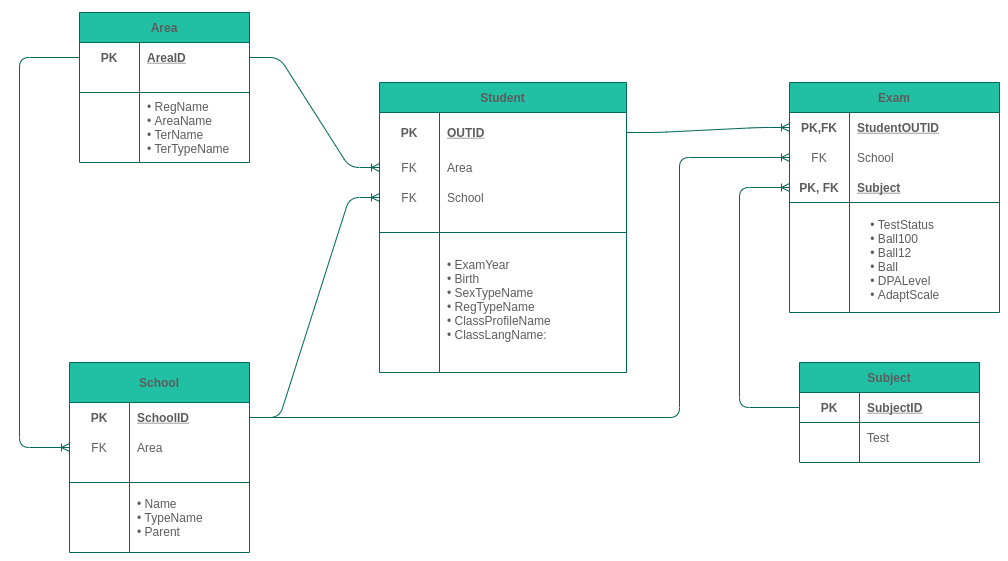
Above: diagrams/логічна_діаграма.png in Kostiancheck/db_sem6 (draw.io), before the change. Source tidied: cells renumbered, new cells last; positions are measured from the earlier drawing's top-left corner, leaving out a move shared by most shapes.
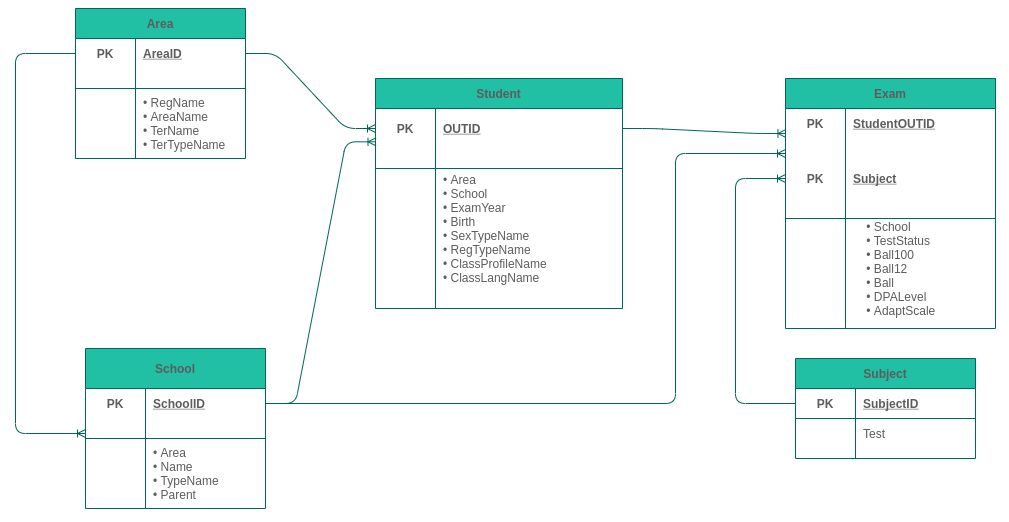
The same file after the commit.

Commit message:
lab 2: delete foreign keys from logical diagram

The edit, as a diff of the source:
```diff
@@ -2,11 +2,11 @@
   <root>
     <mxCell id="0" />
     <mxCell id="1" parent="0" />
-    <mxCell id="2" style="edgeStyle=entityRelationEdgeStyle;fontSize=12;html=1;endArrow=ERoneToMany;strokeColor=#006658;fontColor=#5C5C5C;entryX=0;entryY=0.5;entryDx=0;entryDy=0;exitX=1;exitY=0.5;exitDx=0;exitDy=0;" parent="1" edge="1" source="4" target="49">
+    <mxCell id="2" style="edgeStyle=entityRelationEdgeStyle;fontSize=12;html=1;endArrow=ERoneToMany;strokeColor=#006658;fontColor=#5C5C5C;entryX=0.002;entryY=0.833;entryDx=0;entryDy=0;exitX=1;exitY=0.5;exitDx=0;exitDy=0;entryPerimeter=0;" parent="1" edge="1" source="4" target="49">
       <mxGeometry relative="1" as="geometry" />
     </mxCell>
     <mxCell id="3" value="Student" style="shape=table;startSize=30;rowLines=0;fontStyle=1;align=center;rounded=0;sketch=0;strokeColor=#006658;fillColor=#21C0A5;fontColor=#5C5C5C;" parent="1" vertex="1">
-      <mxGeometry x="360" y="70" width="247" height="290" as="geometry" />
+      <mxGeometry x="360" y="70" width="247" height="230" as="geometry" />
     </mxCell>
     <mxCell id="4" style="shape=partialRectangle;fillColor=none;top=0;left=0;bottom=0;right=0;points=[[0,0.5],[1,0.5]];portConstraint=eastwest;strokeColor=#006658;fontColor=#5C5C5C;" parent="3" vertex="1">
       <mxGeometry y="30" width="247" height="40" as="geometry" />
@@ -17,26 +17,8 @@
     <mxCell id="6" value="OUTID" style="shape=partialRectangle;fillColor=none;top=0;left=0;bottom=0;right=0;align=left;spacingLeft=6;fontStyle=5;overflow=hidden;strokeColor=#006658;fontColor=#5C5C5C;" parent="4" vertex="1">
       <mxGeometry x="60" width="187" height="40" as="geometry" />
     </mxCell>
-    <mxCell id="7" style="shape=partialRectangle;fillColor=none;top=0;left=0;bottom=0;right=0;points=[[0,0.5],[1,0.5]];portConstraint=eastwest;strokeColor=#006658;fontColor=#5C5C5C;" parent="3" vertex="1">
-      <mxGeometry y="70" width="247" height="30" as="geometry" />
-    </mxCell>
-    <mxCell id="8" value="FK" style="shape=partialRectangle;fillColor=none;top=0;left=0;bottom=0;right=0;fontStyle=0;overflow=hidden;strokeColor=#006658;fontColor=#5C5C5C;" parent="7" vertex="1">
-      <mxGeometry width="60" height="30" as="geometry" />
-    </mxCell>
-    <mxCell id="9" value="Area" style="shape=partialRectangle;fillColor=none;top=0;left=0;bottom=0;right=0;align=left;spacingLeft=6;fontStyle=0;overflow=hidden;strokeColor=#006658;fontColor=#5C5C5C;" parent="7" vertex="1">
-      <mxGeometry x="60" width="187" height="30" as="geometry" />
-    </mxCell>
-    <mxCell id="10" style="shape=partialRectangle;fillColor=none;top=0;left=0;bottom=0;right=0;points=[[0,0.5],[1,0.5]];portConstraint=eastwest;strokeColor=#006658;fontColor=#5C5C5C;" parent="3" vertex="1">
-      <mxGeometry y="100" width="247" height="30" as="geometry" />
-    </mxCell>
-    <mxCell id="11" value="FK" style="shape=partialRectangle;fillColor=none;top=0;left=0;bottom=0;right=0;fontStyle=0;overflow=hidden;strokeColor=#006658;fontColor=#5C5C5C;" parent="10" vertex="1">
-      <mxGeometry width="60" height="30" as="geometry" />
-    </mxCell>
-    <mxCell id="12" value="School" style="shape=partialRectangle;fillColor=none;top=0;left=0;bottom=0;right=0;align=left;spacingLeft=6;fontStyle=0;overflow=hidden;strokeColor=#006658;fontColor=#5C5C5C;" parent="10" vertex="1">
-      <mxGeometry x="60" width="187" height="30" as="geometry" />
-    </mxCell>
     <mxCell id="13" style="shape=partialRectangle;fillColor=none;top=0;left=0;bottom=1;right=0;strokeColor=#006658;fontColor=#5C5C5C;" parent="3" vertex="1">
-      <mxGeometry y="130" width="247" height="20" as="geometry" />
+      <mxGeometry y="70" width="247" height="20" as="geometry" />
     </mxCell>
     <mxCell id="14" style="shape=partialRectangle;fillColor=none;top=0;left=0;bottom=0;right=0;fontStyle=1;overflow=hidden;strokeColor=#006658;fontColor=#5C5C5C;" parent="13" vertex="1">
       <mxGeometry width="60" height="20" as="geometry" />
@@ -45,16 +27,16 @@
       <mxGeometry x="60" width="187" height="20" as="geometry" />
     </mxCell>
     <mxCell id="16" style="shape=partialRectangle;fillColor=none;top=0;left=0;bottom=0;right=0;strokeColor=#006658;fontColor=#5C5C5C;" parent="3" vertex="1">
-      <mxGeometry y="150" width="247" height="120" as="geometry" />
+      <mxGeometry y="90" width="247" height="120" as="geometry" />
     </mxCell>
     <mxCell id="17" style="shape=partialRectangle;fillColor=none;top=0;left=0;bottom=0;right=0;overflow=hidden;strokeColor=#006658;fontColor=#5C5C5C;" parent="16" vertex="1">
       <mxGeometry width="60" height="120" as="geometry" />
     </mxCell>
-    <mxCell id="18" value="&#10;• ExamYear&#10;• Birth&#10;• SexTypeName&#10;• RegTypeName&#10;• ClassProfileName&#10;• ClassLangName:" style="shape=partialRectangle;fillColor=none;top=0;left=0;bottom=0;right=0;align=left;spacingLeft=6;overflow=hidden;strokeColor=#006658;fontColor=#5C5C5C;" parent="16" vertex="1">
+    <mxCell id="18" value="• Area&#10;• School&#10;• ExamYear&#10;• Birth&#10;• SexTypeName&#10;• RegTypeName&#10;• ClassProfileName&#10;• ClassLangName" style="shape=partialRectangle;fillColor=none;top=0;left=0;bottom=0;right=0;align=left;spacingLeft=6;overflow=hidden;strokeColor=#006658;fontColor=#5C5C5C;" parent="16" vertex="1">
       <mxGeometry x="60" width="187" height="120" as="geometry" />
     </mxCell>
     <mxCell id="19" style="shape=partialRectangle;fillColor=none;top=0;left=0;bottom=0;right=0;strokeColor=#006658;fontColor=#5C5C5C;" parent="3" vertex="1">
-      <mxGeometry y="270" width="247" height="20" as="geometry" />
+      <mxGeometry y="210" width="247" height="20" as="geometry" />
     </mxCell>
     <mxCell id="20" style="shape=partialRectangle;fillColor=none;top=0;left=0;bottom=0;right=0;overflow=hidden;strokeColor=#006658;fontColor=#5C5C5C;" parent="19" vertex="1">
       <mxGeometry width="60" height="20" as="geometry" />
@@ -92,11 +74,13 @@
     <mxCell id="31" value="• RegName&#10;• AreaName&#10;• TerName&#10;• TerTypeName" style="shape=partialRectangle;fillColor=none;top=0;left=0;bottom=0;right=0;align=left;spacingLeft=6;overflow=hidden;strokeColor=#006658;fontColor=#5C5C5C;" parent="29" vertex="1">
       <mxGeometry x="60" width="110" height="70" as="geometry" />
     </mxCell>
-    <mxCell id="32" style="edgeStyle=entityRelationEdgeStyle;fontSize=12;html=1;endArrow=ERoneToMany;strokeColor=#006658;fillColor=#21C0A5;exitX=1;exitY=0.5;exitDx=0;exitDy=0;entryX=0;entryY=0.5;entryDx=0;entryDy=0;fontColor=#5C5C5C;" parent="1" edge="1" source="23" target="7">
-      <mxGeometry relative="1" as="geometry" />
+    <mxCell id="32" style="edgeStyle=entityRelationEdgeStyle;fontSize=12;html=1;endArrow=ERoneToMany;strokeColor=#006658;fillColor=#21C0A5;exitX=1;exitY=0.5;exitDx=0;exitDy=0;fontColor=#5C5C5C;" parent="1" edge="1" source="23">
+      <mxGeometry relative="1" as="geometry">
+        <mxPoint x="360" y="120" as="targetPoint" />
+      </mxGeometry>
     </mxCell>
     <mxCell id="33" value="School" style="shape=table;startSize=40;rowLines=0;fontStyle=1;align=center;rounded=0;sketch=0;strokeColor=#006658;fillColor=#21C0A5;fontColor=#5C5C5C;" parent="1" vertex="1">
-      <mxGeometry x="50" y="350" width="180" height="190" as="geometry" />
+      <mxGeometry x="70" y="340" width="180" height="160" as="geometry" />
     </mxCell>
     <mxCell id="34" style="shape=partialRectangle;fillColor=none;top=0;left=0;bottom=0;right=0;points=[[0,0.5],[1,0.5]];portConstraint=eastwest;strokeColor=#006658;fontColor=#5C5C5C;" parent="33" vertex="1">
       <mxGeometry y="40" width="180" height="30" as="geometry" />
@@ -107,17 +91,8 @@
     <mxCell id="36" value="SchoolID" style="shape=partialRectangle;fillColor=none;top=0;left=0;bottom=0;right=0;align=left;spacingLeft=6;fontStyle=5;overflow=hidden;strokeColor=#006658;fontColor=#5C5C5C;" parent="34" vertex="1">
       <mxGeometry x="60" width="120" height="30" as="geometry" />
     </mxCell>
-    <mxCell id="37" style="shape=partialRectangle;fillColor=none;top=0;left=0;bottom=0;right=0;points=[[0,0.5],[1,0.5]];portConstraint=eastwest;strokeColor=#006658;fontColor=#5C5C5C;" parent="33" vertex="1">
-      <mxGeometry y="70" width="180" height="30" as="geometry" />
-    </mxCell>
-    <mxCell id="38" value="FK" style="shape=partialRectangle;fillColor=none;top=0;left=0;bottom=0;right=0;fontStyle=0;overflow=hidden;strokeColor=#006658;fontColor=#5C5C5C;" parent="37" vertex="1">
-      <mxGeometry width="60" height="30" as="geometry" />
-    </mxCell>
-    <mxCell id="39" value="Area" style="shape=partialRectangle;fillColor=none;top=0;left=0;bottom=0;right=0;align=left;spacingLeft=6;fontStyle=0;overflow=hidden;strokeColor=#006658;fontColor=#5C5C5C;" parent="37" vertex="1">
-      <mxGeometry x="60" width="120" height="30" as="geometry" />
-    </mxCell>
     <mxCell id="40" style="shape=partialRectangle;fillColor=none;top=0;left=0;bottom=1;right=0;strokeColor=#006658;fontColor=#5C5C5C;" parent="33" vertex="1">
-      <mxGeometry y="100" width="180" height="20" as="geometry" />
+      <mxGeometry y="70" width="180" height="20" as="geometry" />
     </mxCell>
     <mxCell id="41" style="shape=partialRectangle;fillColor=none;top=0;left=0;bottom=0;right=0;fontStyle=1;overflow=hidden;strokeColor=#006658;fontColor=#5C5C5C;" parent="40" vertex="1">
       <mxGeometry width="60" height="20" as="geometry" />
@@ -126,65 +101,58 @@
       <mxGeometry x="60" width="120" height="20" as="geometry" />
     </mxCell>
     <mxCell id="43" style="shape=partialRectangle;fillColor=none;top=0;left=0;bottom=0;right=0;strokeColor=#006658;fontColor=#5C5C5C;" parent="33" vertex="1">
-      <mxGeometry y="120" width="180" height="70" as="geometry" />
+      <mxGeometry y="90" width="180" height="70" as="geometry" />
     </mxCell>
     <mxCell id="44" style="shape=partialRectangle;fillColor=none;top=0;left=0;bottom=0;right=0;overflow=hidden;strokeColor=#006658;fontColor=#5C5C5C;" parent="43" vertex="1">
       <mxGeometry width="60" height="70" as="geometry" />
     </mxCell>
-    <mxCell id="45" value="• Name&#10;• TypeName &#10;• Parent" style="shape=partialRectangle;fillColor=none;top=0;left=0;bottom=0;right=0;align=left;spacingLeft=6;overflow=hidden;strokeColor=#006658;fontColor=#5C5C5C;" parent="43" vertex="1">
+    <mxCell id="45" value="• Area&#10;• Name&#10;• TypeName &#10;• Parent" style="shape=partialRectangle;fillColor=none;top=0;left=0;bottom=0;right=0;align=left;spacingLeft=6;overflow=hidden;strokeColor=#006658;fontColor=#5C5C5C;" parent="43" vertex="1">
       <mxGeometry x="60" width="120" height="70" as="geometry" />
     </mxCell>
-    <mxCell id="46" style="edgeStyle=entityRelationEdgeStyle;fontSize=12;html=1;endArrow=ERoneToMany;strokeColor=#006658;fillColor=#21C0A5;exitX=1;exitY=0.5;exitDx=0;exitDy=0;entryX=0;entryY=0.5;entryDx=0;entryDy=0;fontColor=#5C5C5C;" parent="1" edge="1" source="34" target="10">
+    <mxCell id="46" style="edgeStyle=entityRelationEdgeStyle;fontSize=12;html=1;endArrow=ERoneToMany;strokeColor=#006658;fillColor=#21C0A5;exitX=1;exitY=0.5;exitDx=0;exitDy=0;entryX=0.002;entryY=0.833;entryDx=0;entryDy=0;fontColor=#5C5C5C;entryPerimeter=0;" parent="1" edge="1" source="34" target="4">
       <mxGeometry relative="1" as="geometry" />
     </mxCell>
-    <mxCell id="47" style="fontSize=12;html=1;endArrow=ERoneToMany;strokeColor=#006658;fillColor=#21C0A5;exitX=0;exitY=0.5;exitDx=0;exitDy=0;edgeStyle=elbowEdgeStyle;entryX=0;entryY=0.5;entryDx=0;entryDy=0;fontColor=#5C5C5C;" parent="1" edge="1" source="23" target="37">
+    <mxCell id="47" style="fontSize=12;html=1;endArrow=ERoneToMany;strokeColor=#006658;fillColor=#21C0A5;exitX=0;exitY=0.5;exitDx=0;exitDy=0;edgeStyle=elbowEdgeStyle;entryX=0;entryY=0.5;entryDx=0;entryDy=0;fontColor=#5C5C5C;" parent="1" edge="1" source="23">
       <mxGeometry relative="1" as="geometry">
+        <mxPoint x="70" y="425" as="targetPoint" />
         <Array as="points">
           <mxPoint y="260" />
         </Array>
       </mxGeometry>
     </mxCell>
     <mxCell id="48" value="Exam" style="shape=table;startSize=30;rowLines=0;fontStyle=1;align=center;rounded=0;sketch=0;strokeColor=#006658;fillColor=#21C0A5;fontColor=#5C5C5C;" parent="1" vertex="1">
-      <mxGeometry x="770" y="70" width="210" height="230" as="geometry" />
+      <mxGeometry x="770" y="70" width="210" height="250" as="geometry" />
     </mxCell>
     <mxCell id="49" style="shape=partialRectangle;fillColor=none;top=0;left=0;bottom=0;right=0;points=[[0,0.5],[1,0.5]];portConstraint=eastwest;strokeColor=#006658;fontColor=#5C5C5C;" parent="48" vertex="1">
       <mxGeometry y="30" width="210" height="30" as="geometry" />
     </mxCell>
-    <mxCell id="50" value="PK,FK" style="shape=partialRectangle;fillColor=none;top=0;left=0;bottom=0;right=0;fontStyle=1;overflow=hidden;strokeColor=#006658;fontColor=#5C5C5C;" parent="49" vertex="1">
+    <mxCell id="50" value="PK" style="shape=partialRectangle;fillColor=none;top=0;left=0;bottom=0;right=0;fontStyle=1;overflow=hidden;strokeColor=#006658;fontColor=#5C5C5C;" parent="49" vertex="1">
       <mxGeometry width="60" height="30" as="geometry" />
     </mxCell>
     <mxCell id="51" value="StudentOUTID" style="shape=partialRectangle;fillColor=none;top=0;left=0;bottom=0;right=0;align=left;spacingLeft=6;fontStyle=5;overflow=hidden;strokeColor=#006658;fontColor=#5C5C5C;" parent="49" vertex="1">
       <mxGeometry x="60" width="150" height="30" as="geometry" />
     </mxCell>
-    <mxCell id="52" style="shape=partialRectangle;fillColor=none;top=0;left=0;bottom=0;right=0;points=[[0,0.5],[1,0.5]];portConstraint=eastwest;strokeColor=#006658;fontColor=#5C5C5C;" parent="48" vertex="1">
-      <mxGeometry y="60" width="210" height="30" as="geometry" />
-    </mxCell>
-    <mxCell id="53" value="FK" style="shape=partialRectangle;fillColor=none;top=0;left=0;bottom=0;right=0;fontStyle=0;overflow=hidden;strokeColor=#006658;fontColor=#5C5C5C;" parent="52" vertex="1">
-      <mxGeometry width="60" height="30" as="geometry" />
-    </mxCell>
-    <mxCell id="54" value="School" style="shape=partialRectangle;fillColor=none;top=0;left=0;bottom=0;right=0;align=left;spacingLeft=6;fontStyle=0;overflow=hidden;strokeColor=#006658;fontColor=#5C5C5C;" parent="52" vertex="1">
-      <mxGeometry x="60" width="150" height="30" as="geometry" />
-    </mxCell>
     <mxCell id="55" style="shape=partialRectangle;fillColor=none;top=0;left=0;bottom=1;right=0;points=[[0,0.5],[1,0.5]];portConstraint=eastwest;strokeColor=#006658;fontColor=#5C5C5C;" parent="48" vertex="1">
-      <mxGeometry y="90" width="210" height="30" as="geometry" />
+      <mxGeometry y="60" width="210" height="80" as="geometry" />
     </mxCell>
-    <mxCell id="56" value="PK, FK" style="shape=partialRectangle;fillColor=none;top=0;left=0;bottom=0;right=0;fontStyle=1;overflow=hidden;strokeColor=#006658;fontColor=#5C5C5C;" parent="55" vertex="1">
-      <mxGeometry width="60" height="30" as="geometry" />
+    <mxCell id="56" value="PK" style="shape=partialRectangle;fillColor=none;top=0;left=0;bottom=0;right=0;fontStyle=1;overflow=hidden;strokeColor=#006658;fontColor=#5C5C5C;" parent="55" vertex="1">
+      <mxGeometry width="60" height="80" as="geometry" />
     </mxCell>
     <mxCell id="57" value="Subject" style="shape=partialRectangle;fillColor=none;top=0;left=0;bottom=0;right=0;align=left;spacingLeft=6;fontStyle=5;overflow=hidden;strokeColor=#006658;fontColor=#5C5C5C;" parent="55" vertex="1">
-      <mxGeometry x="60" width="150" height="30" as="geometry" />
+      <mxGeometry x="60" width="150" height="80" as="geometry" />
     </mxCell>
     <mxCell id="58" style="shape=partialRectangle;fillColor=none;top=0;left=0;bottom=0;right=0;strokeColor=#006658;fontColor=#5C5C5C;" parent="48" vertex="1">
-      <mxGeometry y="120" width="210" height="110" as="geometry" />
+      <mxGeometry y="140" width="210" height="110" as="geometry" />
     </mxCell>
     <mxCell id="59" style="shape=partialRectangle;fillColor=none;top=0;left=0;bottom=0;right=0;overflow=hidden;strokeColor=#006658;fontColor=#5C5C5C;" parent="58" vertex="1">
       <mxGeometry width="60" height="110" as="geometry" />
     </mxCell>
-    <mxCell id="60" value=" &#10;    • TestStatus&#10;    • Ball100&#10;    • Ball12&#10;    • Ball&#10;    • DPALevel&#10;    • AdaptScale&#10;" style="shape=partialRectangle;fillColor=none;top=0;left=0;bottom=0;right=0;align=left;spacingLeft=6;overflow=hidden;strokeColor=#006658;fontColor=#5C5C5C;" parent="58" vertex="1">
+    <mxCell id="60" value="    • School &#10;    • TestStatus&#10;    • Ball100&#10;    • Ball12&#10;    • Ball&#10;    • DPALevel&#10;    • AdaptScale&#10;" style="shape=partialRectangle;fillColor=none;top=0;left=0;bottom=0;right=0;align=left;spacingLeft=6;overflow=hidden;strokeColor=#006658;fontColor=#5C5C5C;" parent="58" vertex="1">
       <mxGeometry x="60" width="150" height="110" as="geometry" />
     </mxCell>
-    <mxCell id="61" style="edgeStyle=elbowEdgeStyle;fontSize=12;html=1;endArrow=ERoneToMany;strokeColor=#006658;fillColor=#21C0A5;exitX=1;exitY=0.5;exitDx=0;exitDy=0;entryX=0;entryY=0.5;entryDx=0;entryDy=0;fontColor=#5C5C5C;" parent="1" edge="1" source="34" target="52">
+    <mxCell id="61" style="edgeStyle=elbowEdgeStyle;fontSize=12;html=1;endArrow=ERoneToMany;strokeColor=#006658;fillColor=#21C0A5;exitX=1;exitY=0.5;exitDx=0;exitDy=0;entryX=0;entryY=0.5;entryDx=0;entryDy=0;fontColor=#5C5C5C;" parent="1" edge="1" source="34">
       <mxGeometry relative="1" as="geometry">
+        <mxPoint x="770" y="145" as="targetPoint" />
         <Array as="points">
           <mxPoint x="660" y="270" />
         </Array>
```
